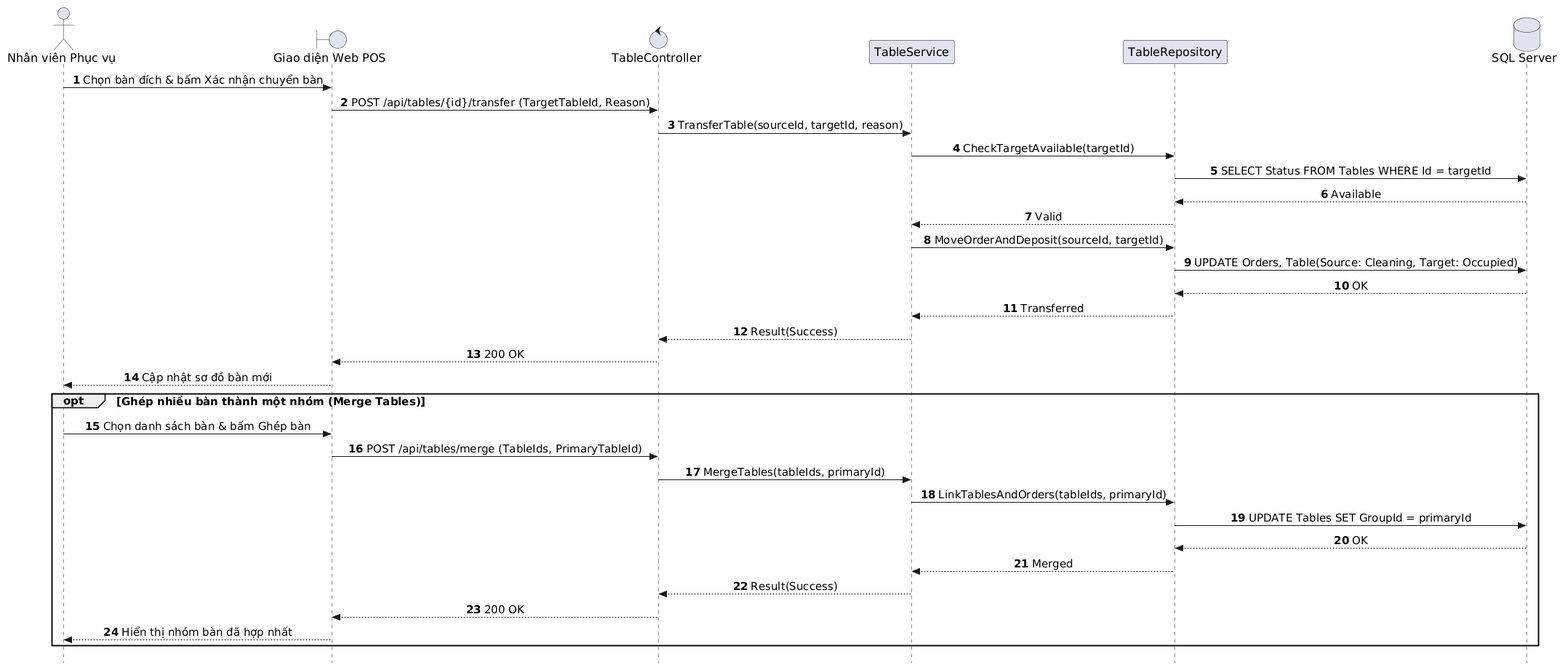
AndrewQng/VinDining keeps this PlantUML diagram as out/docs/puml/sequences/SD_UC_E4_Transfer_Table/SD_UC_E4_Transfer_Table.png. Above is the earlier version. Source of this version:
```plantuml
@startuml
autonumber
skinparam style strictuml
skinparam sequenceMessageAlign center
skinparam responseMessageBelowArrow true
skinparam defaultFontName "Segoe UI", Arial, sans-serif
skinparam defaultFontSize 16
skinparam sequenceActorFontSize 16
skinparam sequenceParticipantFontSize 16
skinparam sequenceArrowFontSize 15
skinparam sequenceGroupFontSize 15
skinparam sequenceGroupHeaderFontSize 15

actor "Nhân viên Phục vụ" as Waitstaff
boundary "Giao diện Web POS" as UI
control "TableController" as Controller
participant "TableService" as Service
participant "TableRepository" as Repo
database "SQL Server" as DB

Waitstaff -> UI: Chọn bàn đích & bấm Xác nhận chuyển bàn
UI -> Controller: POST /api/tables/{id}/transfer (TargetTableId, Reason)
Controller -> Service: TransferTable(sourceId, targetId, reason)
Service -> Repo: CheckTargetAvailable(targetId)
Repo -> DB: SELECT Status FROM Tables WHERE Id = targetId
DB --> Repo: Available
Repo --> Service: Valid
Service -> Repo: MoveOrderAndDeposit(sourceId, targetId)
Repo -> DB: UPDATE Orders, Table(Source: Cleaning, Target: Occupied)
DB --> Repo: OK
Repo --> Service: Transferred
Service --> Controller: Result(Success)
Controller --> UI: 200 OK
UI --> Waitstaff: Cập nhật sơ đồ bàn mới

opt Ghép nhiều bàn thành một nhóm (Merge Tables)
    Waitstaff -> UI: Chọn danh sách bàn & bấm Ghép bàn
    UI -> Controller: POST /api/tables/merge (TableIds, PrimaryTableId)
    Controller -> Service: MergeTables(tableIds, primaryId)
    Service -> Repo: LinkTablesAndOrders(tableIds, primaryId)
    Repo -> DB: UPDATE Tables SET GroupId = primaryId
    DB --> Repo: OK
    Repo --> Service: Merged
    Service --> Controller: Result(Success)
    Controller --> UI: 200 OK
    UI --> Waitstaff: Hiển thị nhóm bàn đã hợp nhất
end
@enduml
```
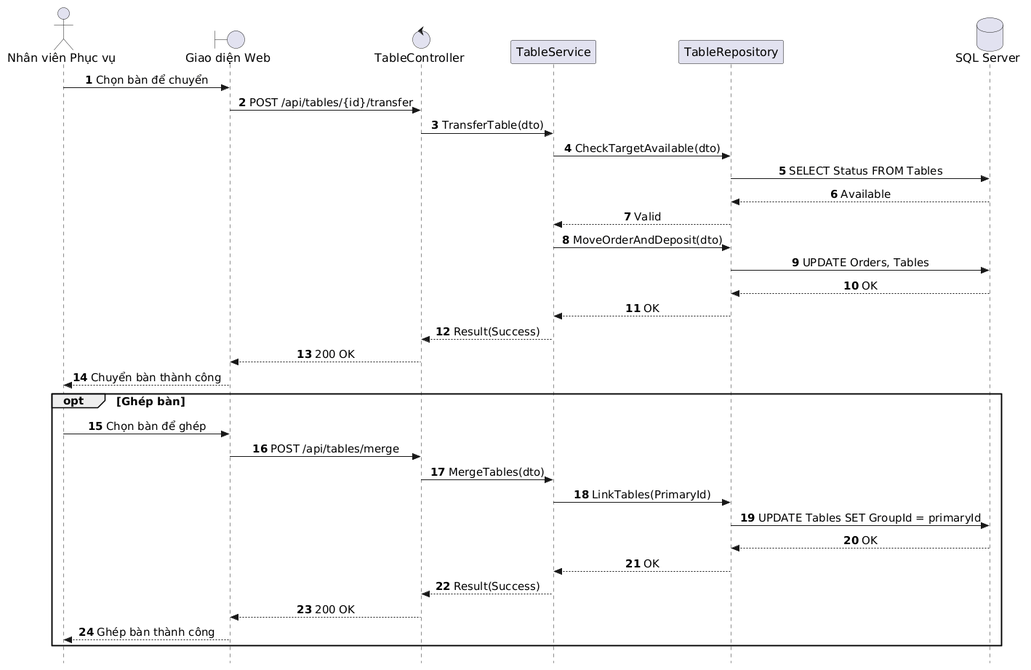
The same file after the commit.

The edit, as a diff of the source:
```diff
@@ -12,37 +12,37 @@
 skinparam sequenceGroupHeaderFontSize 15
 
 actor "Nhân viên Phục vụ" as Waitstaff
-boundary "Giao diện Web POS" as UI
+boundary "Giao diện Web" as UI
 control "TableController" as Controller
 participant "TableService" as Service
 participant "TableRepository" as Repo
 database "SQL Server" as DB
 
-Waitstaff -> UI: Chọn bàn đích & bấm Xác nhận chuyển bàn
-UI -> Controller: POST /api/tables/{id}/transfer (TargetTableId, Reason)
-Controller -> Service: TransferTable(sourceId, targetId, reason)
-Service -> Repo: CheckTargetAvailable(targetId)
-Repo -> DB: SELECT Status FROM Tables WHERE Id = targetId
+Waitstaff -> UI: Chọn bàn để chuyển
+UI -> Controller: POST /api/tables/{id}/transfer
+Controller -> Service: TransferTable(dto)
+Service -> Repo: CheckTargetAvailable(dto)
+Repo -> DB: SELECT Status FROM Tables
 DB --> Repo: Available
 Repo --> Service: Valid
-Service -> Repo: MoveOrderAndDeposit(sourceId, targetId)
-Repo -> DB: UPDATE Orders, Table(Source: Cleaning, Target: Occupied)
+Service -> Repo: MoveOrderAndDeposit(dto)
+Repo -> DB: UPDATE Orders, Tables
 DB --> Repo: OK
-Repo --> Service: Transferred
+Repo --> Service: OK
 Service --> Controller: Result(Success)
 Controller --> UI: 200 OK
-UI --> Waitstaff: Cập nhật sơ đồ bàn mới
+UI --> Waitstaff: Chuyển bàn thành công
 
-opt Ghép nhiều bàn thành một nhóm (Merge Tables)
-    Waitstaff -> UI: Chọn danh sách bàn & bấm Ghép bàn
-    UI -> Controller: POST /api/tables/merge (TableIds, PrimaryTableId)
-    Controller -> Service: MergeTables(tableIds, primaryId)
-    Service -> Repo: LinkTablesAndOrders(tableIds, primaryId)
+opt Ghép bàn
+    Waitstaff -> UI: Chọn bàn để ghép
+    UI -> Controller: POST /api/tables/merge
+    Controller -> Service: MergeTables(dto)
+    Service -> Repo: LinkTables(PrimaryId)
     Repo -> DB: UPDATE Tables SET GroupId = primaryId
     DB --> Repo: OK
-    Repo --> Service: Merged
+    Repo --> Service: OK
     Service --> Controller: Result(Success)
     Controller --> UI: 200 OK
-    UI --> Waitstaff: Hiển thị nhóm bàn đã hợp nhất
+    UI --> Waitstaff: Ghép bàn thành công
 end
 @enduml
```
